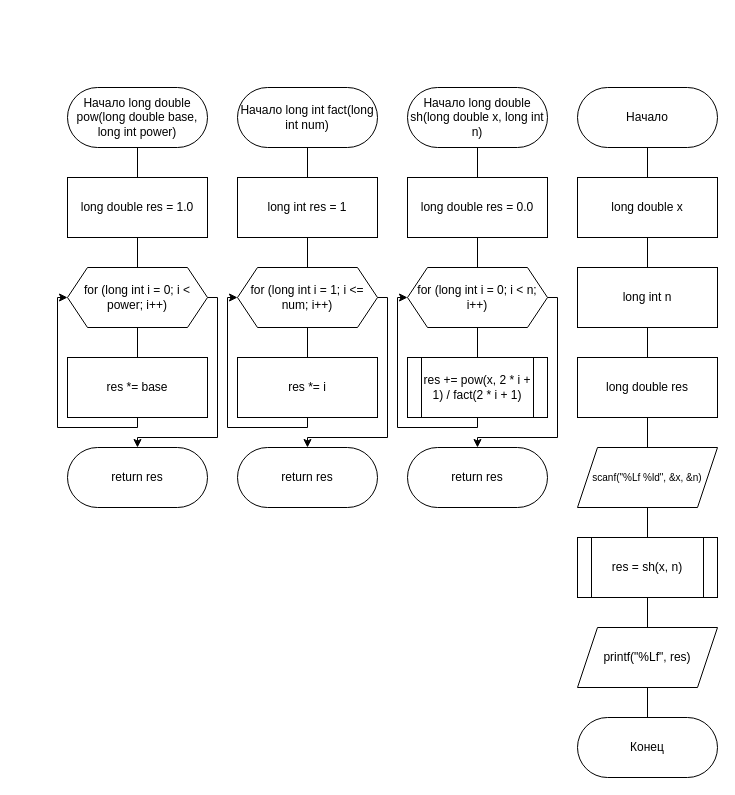
This is lab2/flowchart1.drawio from molchanov71/MEPhIflowcharts, a draw.io file, before an edit. Source tidied: cells renumbered, new cells numbered last; positions are measured from the earlier drawing's top-left corner, leaving out a move shared by most shapes. Both pictures are drawn from the tidied source at 100%, with x=0, y=0 at pixel (57, 87).
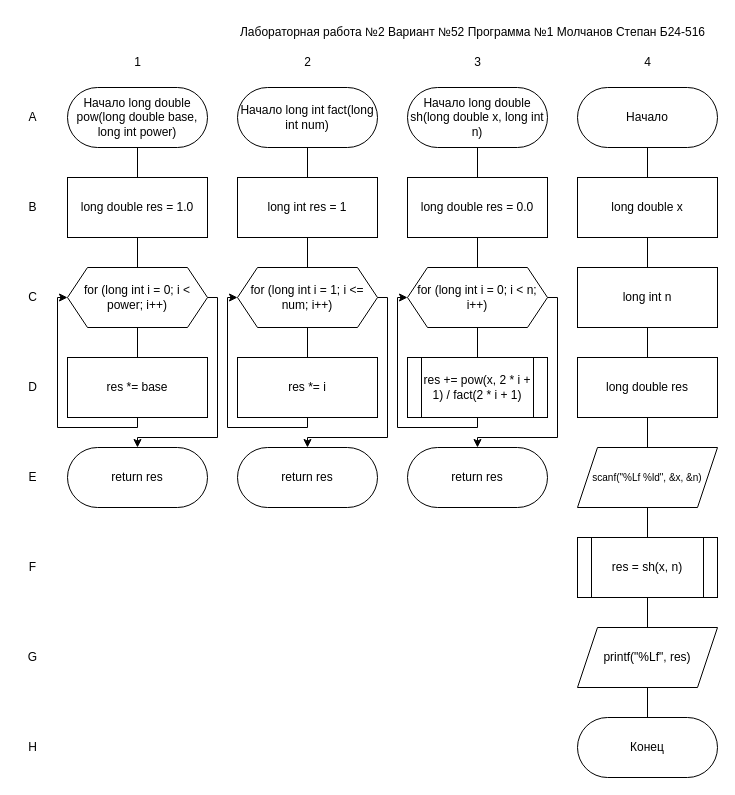
The same page after the edit.

Commit message:
лаба2 подписи и тд

Diff of the diagram source:
```diff
@@
+    <mxCell id="47" value="1" style="text;html=1;align=center;verticalAlign=middle;strokeColor=none;fillColor=none;" parent="1" vertex="1">
+      <mxGeometry x="65" y="-40" width="30" height="30" as="geometry" />
+    </mxCell>
+    <mxCell id="48" value="2" style="text;html=1;align=center;verticalAlign=middle;strokeColor=none;fillColor=none;" parent="1" vertex="1">
+      <mxGeometry x="235" y="-40" width="30" height="30" as="geometry" />
+    </mxCell>
+    <mxCell id="49" value="3" style="text;html=1;align=center;verticalAlign=middle;strokeColor=none;fillColor=none;" parent="1" vertex="1">
+      <mxGeometry x="405" y="-40" width="30" height="30" as="geometry" />
+    </mxCell>
+    <mxCell id="50" value="4" style="text;html=1;align=center;verticalAlign=middle;strokeColor=none;fillColor=none;" parent="1" vertex="1">
+      <mxGeometry x="575" y="-40" width="30" height="30" as="geometry" />
+    </mxCell>
+    <mxCell id="51" value="A" style="text;html=1;align=center;verticalAlign=middle;strokeColor=none;fillColor=none;" parent="1" vertex="1">
+      <mxGeometry x="-40" y="15" width="30" height="30" as="geometry" />
+    </mxCell>
+    <mxCell id="52" value="B" style="text;html=1;align=center;verticalAlign=middle;strokeColor=none;fillColor=none;" parent="1" vertex="1">
+      <mxGeometry x="-40" y="105" width="30" height="30" as="geometry" />
+    </mxCell>
+    <mxCell id="53" value="C" style="text;html=1;align=center;verticalAlign=middle;strokeColor=none;fillColor=none;" parent="1" vertex="1">
+      <mxGeometry x="-40" y="195" width="30" height="30" as="geometry" />
+    </mxCell>
+    <mxCell id="54" value="D" style="text;html=1;align=center;verticalAlign=middle;strokeColor=none;fillColor=none;" parent="1" vertex="1">
+      <mxGeometry x="-40" y="285" width="30" height="30" as="geometry" />
+    </mxCell>
+    <mxCell id="55" value="E" style="text;html=1;align=center;verticalAlign=middle;strokeColor=none;fillColor=none;" parent="1" vertex="1">
+      <mxGeometry x="-40" y="375" width="30" height="30" as="geometry" />
+    </mxCell>
+    <mxCell id="56" value="F" style="text;html=1;align=center;verticalAlign=middle;strokeColor=none;fillColor=none;" parent="1" vertex="1">
+      <mxGeometry x="-40" y="465" width="30" height="30" as="geometry" />
+    </mxCell>
+    <mxCell id="57" value="G" style="text;html=1;align=center;verticalAlign=middle;strokeColor=none;fillColor=none;" parent="1" vertex="1">
+      <mxGeometry x="-40" y="555" width="30" height="30" as="geometry" />
+    </mxCell>
+    <mxCell id="58" value="H" style="text;html=1;align=center;verticalAlign=middle;strokeColor=none;fillColor=none;" parent="1" vertex="1">
+      <mxGeometry x="-40" y="645" width="30" height="30" as="geometry" />
+    </mxCell>
+    <mxCell id="59" value="Лабораторная работа №2 Вариант №52 Программа №1 Молчанов Степан Б24-516" style="text;html=1;align=center;verticalAlign=middle;strokeColor=none;fillColor=none;" parent="1" vertex="1">
+      <mxGeometry x="170" y="-70" width="490" height="30" as="geometry" />
+    </mxCell>
```
